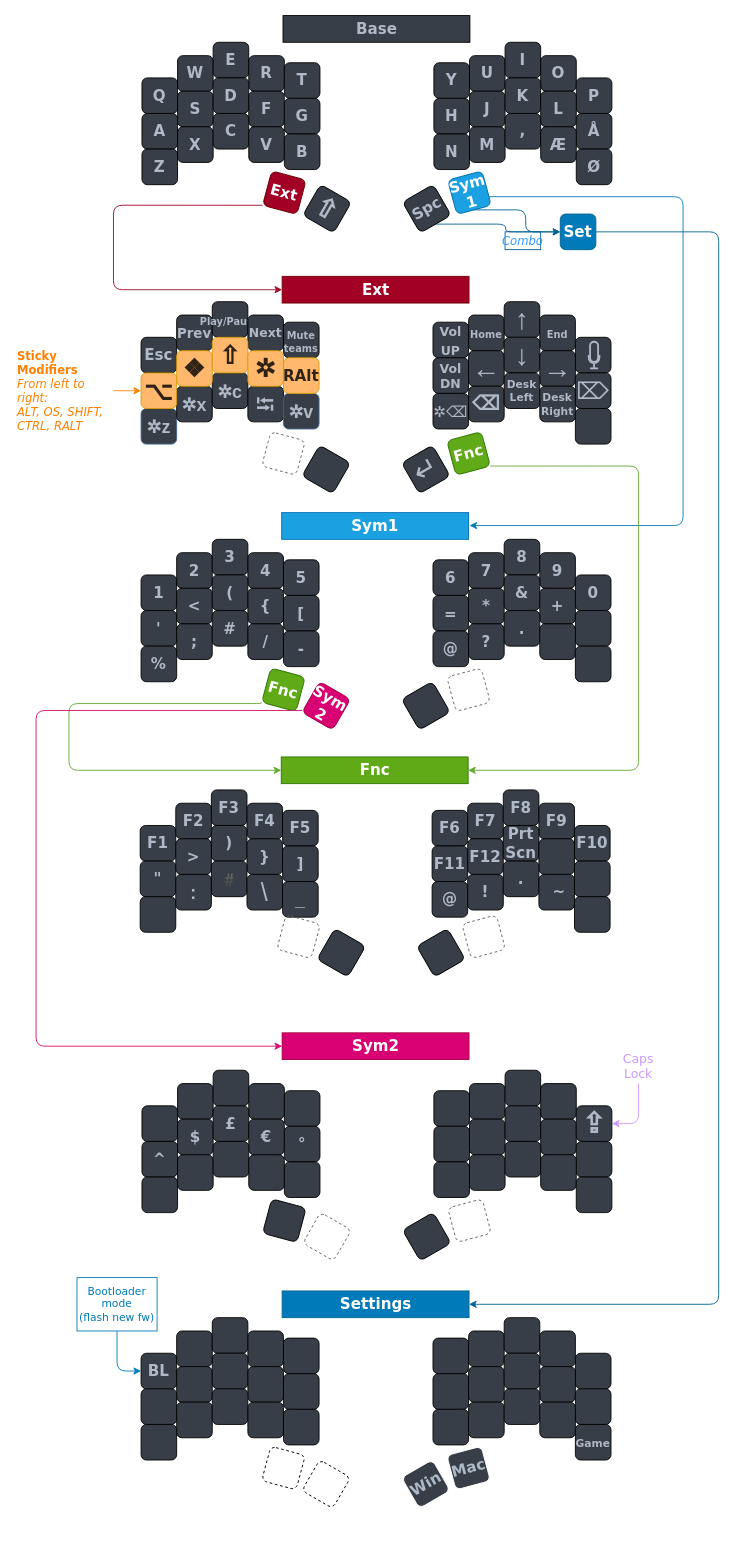
This is Palm Keyboard Layout.drawio from henrik-palm/zmk-urchin, a draw.io file, before an edit. Source tidied: cells renumbered, new cells numbered last; positions are measured from the earlier drawing's top-left corner, leaving out a move shared by most shapes. Both pictures are drawn from the tidied source at 89%, with x=0, y=0 at pixel (15, 15).
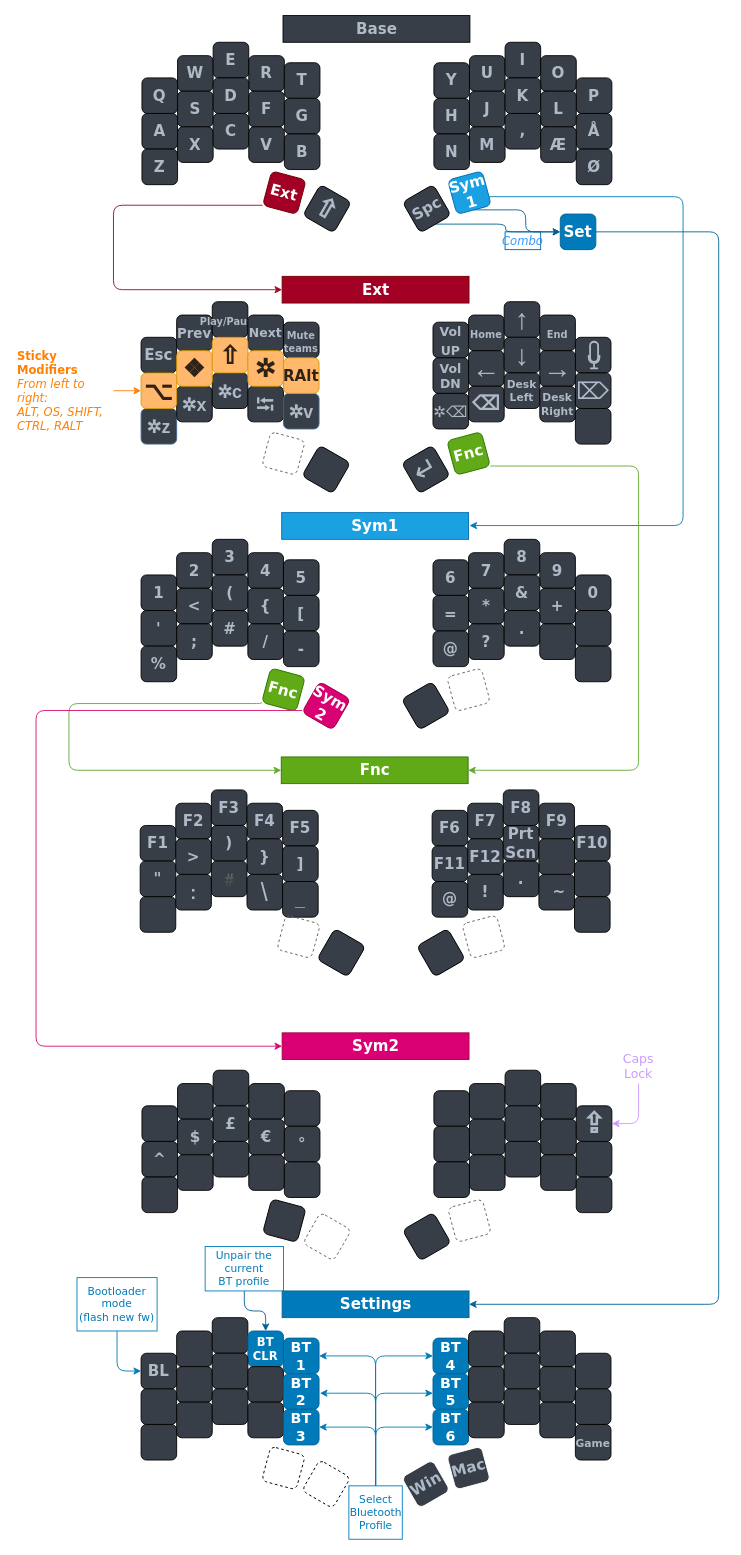
The same page after the edit.

Commit message (it also covers changes not shown here):
Restore Bluetooth controls in keyboard cheat sheet

What changed in the source:
```diff
@@
-    <mxCell id="155" style="whiteSpace=wrap;html=1;fontSize=13;fontFamily=Verdana;fontStyle=1;fontColor=#FFFFFF;fillColor=light-dark(#383E47,#B4B9C1);rounded=1;strokeColor=light-dark(#000000,#FFFFFF);" parent="1" vertex="1">
+    <mxCell id="155" value="&lt;font style=&quot;font-size: 13px;&quot;&gt;BT CLR&lt;/font&gt;" style="whiteSpace=wrap;html=1;fontSize=13;fontFamily=Verdana;fontStyle=1;fontColor=#FFFFFF;fillColor=#007AB8;rounded=1;strokeColor=#006294;" parent="1" vertex="1">
       <mxGeometry x="261" y="1478" width="40" height="40" as="geometry" />
     </mxCell>
-    <mxCell id="156" style="whiteSpace=wrap;html=1;fontSize=16;fontFamily=Verdana;fontStyle=1;fontColor=#FFFFFF;fillColor=light-dark(#383E47,#B4B9C1);rounded=1;strokeColor=light-dark(#000000,#FFFFFF);" parent="1" vertex="1">
+    <mxCell id="156" value="BT 1" style="whiteSpace=wrap;html=1;fontSize=16;fontFamily=Verdana;fontStyle=1;fontColor=#FFFFFF;fillColor=#007AB8;rounded=1;strokeColor=#006294;" parent="1" vertex="1">
       <mxGeometry x="301" y="1486" width="40" height="40" as="geometry" />
     </mxCell>
@@
-    <mxCell id="161" style="whiteSpace=wrap;html=1;fontSize=16;fontFamily=Verdana;fontStyle=1;fontColor=#FFFFFF;fillColor=light-dark(#383E47,#B4B9C1);rounded=1;strokeColor=light-dark(#000000,#FFFFFF);" parent="1" vertex="1">
+    <mxCell id="161" value="BT 2" style="whiteSpace=wrap;html=1;fontSize=16;fontFamily=Verdana;fontStyle=1;fontColor=#FFFFFF;fillColor=#007AB8;rounded=1;strokeColor=#006294;" parent="1" vertex="1">
       <mxGeometry x="301" y="1526" width="40" height="40" as="geometry" />
     </mxCell>
@@
-    <mxCell id="166" style="whiteSpace=wrap;html=1;fontSize=16;fontFamily=Verdana;fontStyle=1;fontColor=#FFFFFF;fillColor=light-dark(#383E47,#B4B9C1);rounded=1;strokeColor=light-dark(#000000,#FFFFFF);" parent="1" vertex="1">
+    <mxCell id="166" value="BT 3" style="whiteSpace=wrap;html=1;fontSize=16;fontFamily=Verdana;fontStyle=1;fontColor=#FFFFFF;fillColor=#007AB8;rounded=1;strokeColor=#006294;" parent="1" vertex="1">
       <mxGeometry x="301" y="1566" width="40" height="40" as="geometry" />
     </mxCell>
@@
-    <mxCell id="169" style="whiteSpace=wrap;html=1;fontSize=16;fontFamily=Verdana;fontStyle=1;fontColor=#FFFFFF;fillColor=light-dark(#383E47,#B4B9C1);rounded=1;strokeColor=light-dark(#000000,#FFFFFF);" parent="1" vertex="1">
+    <mxCell id="169" value="BT 4" style="whiteSpace=wrap;html=1;fontSize=16;fontFamily=Verdana;fontStyle=1;fontColor=#FFFFFF;fillColor=#007AB8;rounded=1;strokeColor=#006294;" parent="1" vertex="1">
       <mxGeometry x="469" y="1486" width="40" height="40" as="geometry" />
     </mxCell>
@@
-    <mxCell id="174" style="whiteSpace=wrap;html=1;fontSize=16;fontFamily=Verdana;fontStyle=1;fontColor=#FFFFFF;fillColor=light-dark(#383E47,#B4B9C1);rounded=1;strokeColor=light-dark(#000000,#FFFFFF);" parent="1" vertex="1">
+    <mxCell id="174" value="BT 5" style="whiteSpace=wrap;html=1;fontSize=16;fontFamily=Verdana;fontStyle=1;fontColor=#FFFFFF;fillColor=#007AB8;rounded=1;strokeColor=#006294;" parent="1" vertex="1">
       <mxGeometry x="469" y="1526" width="40" height="40" as="geometry" />
     </mxCell>
@@
-    <mxCell id="179" style="whiteSpace=wrap;html=1;fontSize=16;fontFamily=Verdana;fontStyle=1;fontColor=#FFFFFF;fillColor=light-dark(#383E47,#B4B9C1);rounded=1;strokeColor=light-dark(#000000,#FFFFFF);" parent="1" vertex="1">
+    <mxCell id="179" value="BT 6" style="whiteSpace=wrap;html=1;fontSize=16;fontFamily=Verdana;fontStyle=1;fontColor=#FFFFFF;fillColor=#007AB8;rounded=1;strokeColor=#006294;" parent="1" vertex="1">
       <mxGeometry x="469" y="1566" width="40" height="40" as="geometry" />
     </mxCell>
@@
+    <mxCell id="230" style="edgeStyle=orthogonalEdgeStyle;rounded=1;jettySize=auto;html=1;exitX=0.5;exitY=0;exitDx=0;exitDy=0;entryX=1;entryY=0.5;entryDx=0;entryDy=0;strokeColor=#007AB8;curved=0;" parent="1" edge="1" source="234" target="166">
+      <mxGeometry relative="1" as="geometry" />
+    </mxCell>
+    <mxCell id="231" style="edgeStyle=orthogonalEdgeStyle;rounded=1;jettySize=auto;html=1;exitX=0.5;exitY=0;exitDx=0;exitDy=0;entryX=0;entryY=0.5;entryDx=0;entryDy=0;strokeColor=#007AB8;curved=0;" parent="1" edge="1" source="234" target="179">
+      <mxGeometry relative="1" as="geometry" />
+    </mxCell>
+    <mxCell id="232" style="edgeStyle=orthogonalEdgeStyle;rounded=1;jettySize=auto;html=1;exitX=0.5;exitY=0;exitDx=0;exitDy=0;entryX=1;entryY=0.5;entryDx=0;entryDy=0;strokeColor=#007AB8;curved=0;" parent="1" edge="1" source="234" target="156">
+      <mxGeometry relative="1" as="geometry" />
+    </mxCell>
+    <mxCell id="233" style="edgeStyle=orthogonalEdgeStyle;rounded=1;jettySize=auto;html=1;exitX=0.5;exitY=0;exitDx=0;exitDy=0;entryX=0;entryY=0.5;entryDx=0;entryDy=0;strokeColor=#007AB8;curved=0;" parent="1" edge="1" source="234" target="169">
+      <mxGeometry relative="1" as="geometry" />
+    </mxCell>
+    <mxCell id="234" value="&lt;div style=&quot;font-size: 12px;&quot;&gt;&lt;span style=&quot;font-size: 12px;&quot;&gt;Select Bluetooth Profile&lt;/span&gt;&lt;/div&gt;" style="text;html=1;strokeColor=#007AB8;fillColor=none;align=center;verticalAlign=middle;whiteSpace=wrap;rounded=0;shadow=0;glass=0;sketch=0;fontFamily=Verdana;fontSize=12;fontColor=#007AB8;" parent="1" vertex="1">
+      <mxGeometry x="374.5" y="1652" width="60" height="60" as="geometry" />
+    </mxCell>
+    <mxCell id="235" style="edgeStyle=orthogonalEdgeStyle;rounded=1;jettySize=auto;html=1;exitX=0.5;exitY=0;exitDx=0;exitDy=0;entryX=1.023;entryY=0.547;entryDx=0;entryDy=0;entryPerimeter=0;strokeColor=#007AB8;curved=0;" parent="1" edge="1" source="234" target="161">
+      <mxGeometry relative="1" as="geometry" />
+    </mxCell>
+    <mxCell id="236" style="edgeStyle=orthogonalEdgeStyle;rounded=1;jettySize=auto;html=1;exitX=0.5;exitY=0;exitDx=0;exitDy=0;entryX=-0.003;entryY=0.547;entryDx=0;entryDy=0;entryPerimeter=0;strokeColor=#007AB8;curved=0;" parent="1" edge="1" source="234" target="174">
+      <mxGeometry relative="1" as="geometry" />
+    </mxCell>
+    <mxCell id="237" style="edgeStyle=orthogonalEdgeStyle;rounded=1;jettySize=auto;html=1;exitX=0.5;exitY=1;exitDx=0;exitDy=0;strokeColor=#006294;curved=0;" parent="1" edge="1" source="238" target="155">
+      <mxGeometry relative="1" as="geometry" />
+    </mxCell>
+    <mxCell id="238" value="&lt;div style=&quot;font-size: 12px;&quot;&gt;&lt;div&gt;Unpair the current&lt;/div&gt;&lt;div&gt;BT profile&lt;/div&gt;&lt;/div&gt;" style="text;html=1;strokeColor=#007AB8;fillColor=none;align=center;verticalAlign=middle;whiteSpace=wrap;rounded=0;shadow=0;glass=0;sketch=0;fontFamily=Verdana;fontSize=12;fontColor=#007AB8;" parent="1" vertex="1">
+      <mxGeometry x="213" y="1383" width="88" height="50" as="geometry" />
+    </mxCell>
```
